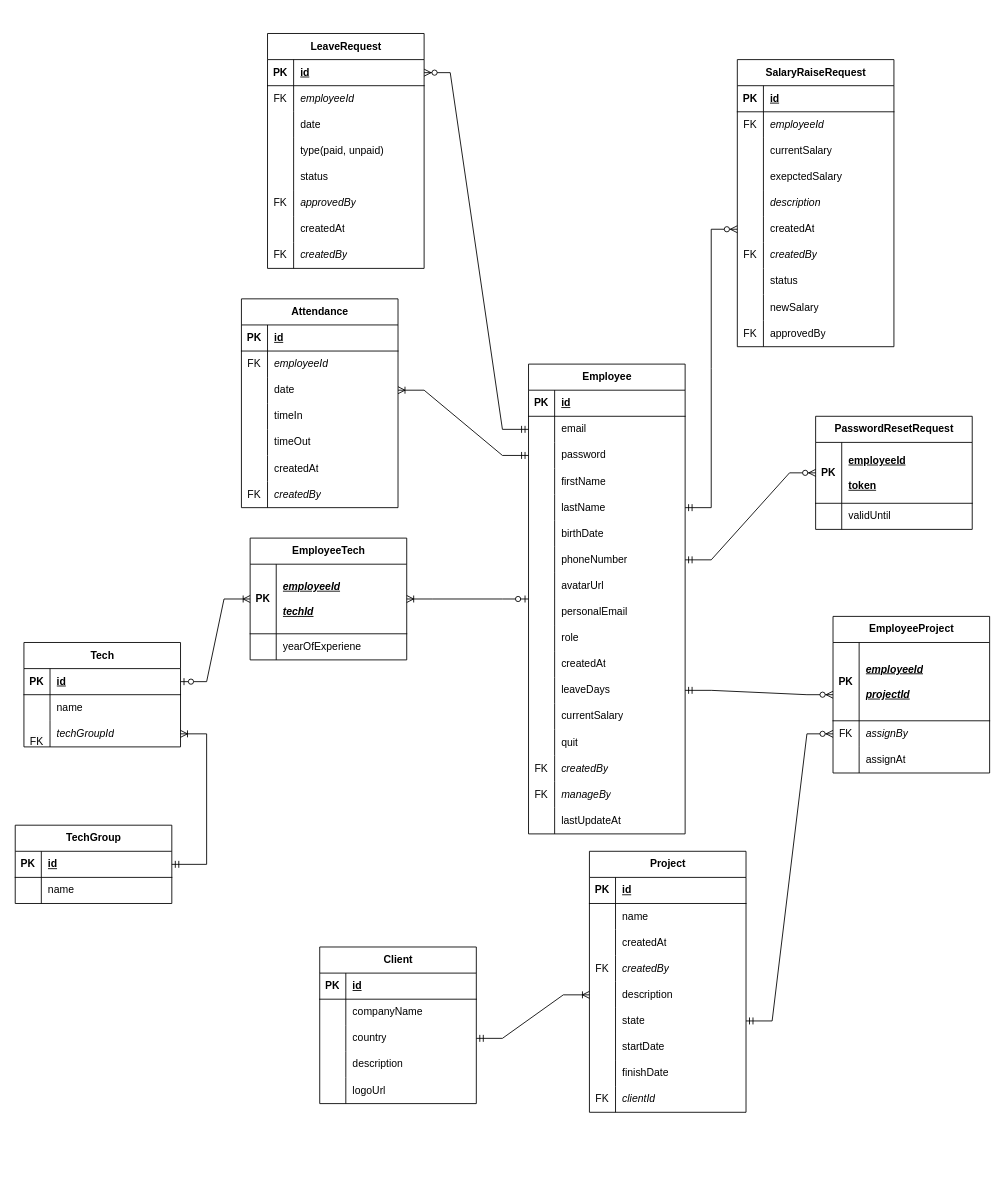
LeQuiLong7/VMO_HumanManagementProject keeps this draw.io diagram as EntityRelationshipDiagram.drawio. Above is the earlier version. Source tidied: cells renumbered, new cells numbered last; positions are measured from the earlier drawing's top-left corner, leaving out a move shared by most shapes. Both pictures are drawn from the tidied source at 87%, with x=0, y=0 at pixel (-238, 33).
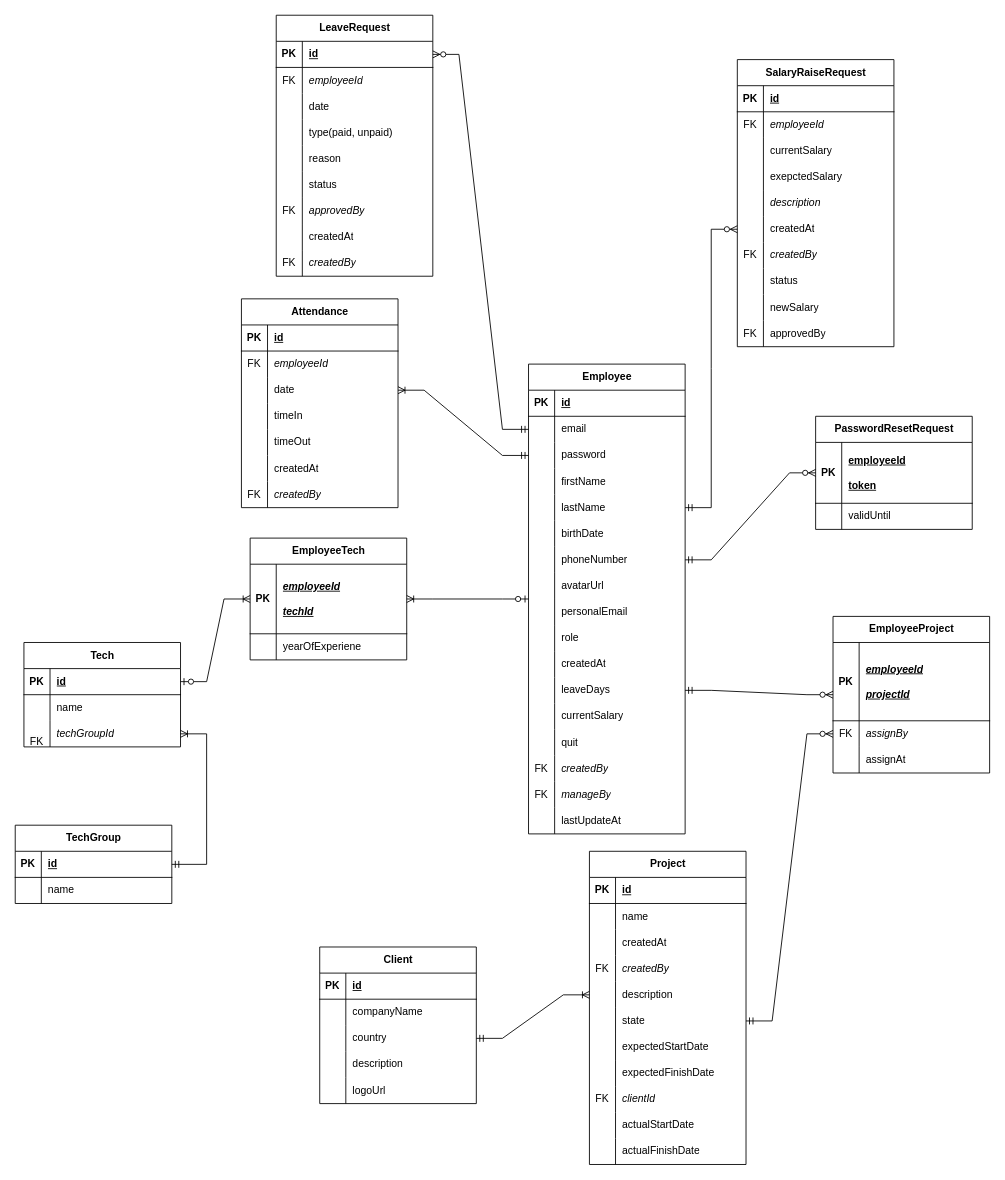
After the change.

Unchanged cells that the change refers to:
```xml
<mxCell id="38" style="shape=tableRow;horizontal=0;startSize=0;swimlaneHead=0;swimlaneBody=0;fillColor=none;top=0;left=0;right=0;bottom=0;" parent="19" vertex="1">
  <mxGeometry y="210" width="180" height="30" as="geometry" />
</mxCell>
<mxCell id="41" style="shape=tableRow;horizontal=0;startSize=0;swimlaneHead=0;swimlaneBody=0;fillColor=none;top=0;left=0;right=0;bottom=0;" parent="19" vertex="1">
  <mxGeometry y="240" width="180" height="30" as="geometry" />
</mxCell>
```

Diff of the diagram source:
```diff
@@
     <mxCell id="19" value="Project" style="shape=table;startSize=30;childLayout=tableLayout;rowLines=0;fontStyle=1;align=center;html=1;" parent="1" vertex="1">
-      <mxGeometry x="950" y="940" width="180" height="300" as="geometry" />
+      <mxGeometry x="950" y="940" width="180" height="360" as="geometry" />
     </mxCell>
@@
-    <mxCell id="40" value="startDate" style="shape=partialRectangle;fillColor=none;top=0;left=0;bottom=0;right=0;align=left;spacingLeft=6;overflow=hidden;whiteSpace=wrap;html=1;" parent="38" vertex="1">
+    <mxCell id="40" value="expectedStartDate" style="shape=partialRectangle;fillColor=none;top=0;left=0;bottom=0;right=0;align=left;spacingLeft=6;overflow=hidden;whiteSpace=wrap;html=1;" parent="38" vertex="1">
       <mxGeometry x="30" width="150" height="30" as="geometry" />
     </mxCell>
@@
-    <mxCell id="43" value="finishDate" style="shape=partialRectangle;fillColor=none;top=0;left=0;bottom=0;right=0;align=left;spacingLeft=6;overflow=hidden;whiteSpace=wrap;html=1;" parent="41" vertex="1">
+    <mxCell id="43" value="expectedFinishDate" style="shape=partialRectangle;fillColor=none;top=0;left=0;bottom=0;right=0;align=left;spacingLeft=6;overflow=hidden;whiteSpace=wrap;html=1;" parent="41" vertex="1">
       <mxGeometry x="30" width="150" height="30" as="geometry" />
     </mxCell>
@@
+    <mxCell id="227" style="shape=tableRow;horizontal=0;startSize=0;swimlaneHead=0;swimlaneBody=0;fillColor=none;top=0;left=0;right=0;bottom=0;" parent="19" vertex="1">
+      <mxGeometry y="300" width="180" height="30" as="geometry" />
+    </mxCell>
+    <mxCell id="228" style="shape=partialRectangle;fillColor=none;top=0;left=0;bottom=0;right=0;overflow=hidden;whiteSpace=wrap;html=1;" parent="227" vertex="1">
+      <mxGeometry width="30" height="30" as="geometry" />
+    </mxCell>
+    <mxCell id="229" value="actualStartDate" style="shape=partialRectangle;fillColor=none;top=0;left=0;bottom=0;right=0;align=left;spacingLeft=6;overflow=hidden;whiteSpace=wrap;html=1;" parent="227" vertex="1">
+      <mxGeometry x="30" width="150" height="30" as="geometry" />
+    </mxCell>
+    <mxCell id="230" style="shape=tableRow;horizontal=0;startSize=0;swimlaneHead=0;swimlaneBody=0;fillColor=none;top=0;left=0;right=0;bottom=0;" parent="19" vertex="1">
+      <mxGeometry y="330" width="180" height="30" as="geometry" />
+    </mxCell>
+    <mxCell id="231" style="shape=partialRectangle;fillColor=none;top=0;left=0;bottom=0;right=0;overflow=hidden;whiteSpace=wrap;html=1;" parent="230" vertex="1">
+      <mxGeometry width="30" height="30" as="geometry" />
+    </mxCell>
+    <mxCell id="232" value="actualFinishDate" style="shape=partialRectangle;fillColor=none;top=0;left=0;bottom=0;right=0;align=left;spacingLeft=6;overflow=hidden;whiteSpace=wrap;html=1;" parent="230" vertex="1">
+      <mxGeometry x="30" width="150" height="30" as="geometry" />
+    </mxCell>
@@
     <mxCell id="154" value="LeaveRequest" style="shape=table;startSize=30;childLayout=tableLayout;rowLines=0;fontStyle=1;align=center;html=1;" parent="1" vertex="1">
-      <mxGeometry x="580" width="180" height="270" as="geometry" />
+      <mxGeometry x="590" y="-21" width="180" height="300" as="geometry" />
     </mxCell>
@@
+    <mxCell id="176" style="shape=tableRow;horizontal=0;startSize=0;swimlaneHead=0;swimlaneBody=0;fillColor=none;top=0;left=0;right=0;bottom=0;" parent="154" vertex="1">
+      <mxGeometry y="150" width="180" height="30" as="geometry" />
+    </mxCell>
+    <mxCell id="177" style="shape=partialRectangle;fillColor=none;top=0;left=0;bottom=0;right=0;overflow=hidden;whiteSpace=wrap;html=1;" parent="176" vertex="1">
+      <mxGeometry width="30" height="30" as="geometry" />
+    </mxCell>
+    <mxCell id="178" value="reason" style="shape=partialRectangle;fillColor=none;top=0;left=0;bottom=0;right=0;align=left;spacingLeft=6;overflow=hidden;whiteSpace=wrap;html=1;" parent="176" vertex="1">
+      <mxGeometry x="30" width="150" height="30" as="geometry" />
+    </mxCell>
     <mxCell id="167" style="shape=tableRow;horizontal=0;startSize=0;swimlaneHead=0;swimlaneBody=0;fillColor=none;top=0;left=0;right=0;bottom=0;" parent="154" vertex="1">
-      <mxGeometry y="150" width="180" height="30" as="geometry" />
+      <mxGeometry y="180" width="180" height="30" as="geometry" />
     </mxCell>
@@
     <mxCell id="170" style="shape=tableRow;horizontal=0;startSize=0;swimlaneHead=0;swimlaneBody=0;fillColor=none;top=0;left=0;right=0;bottom=0;" parent="154" vertex="1">
-      <mxGeometry y="180" width="180" height="30" as="geometry" />
+      <mxGeometry y="210" width="180" height="30" as="geometry" />
     </mxCell>
@@
     <mxCell id="173" style="shape=tableRow;horizontal=0;startSize=0;swimlaneHead=0;swimlaneBody=0;fillColor=none;top=0;left=0;right=0;bottom=0;" parent="154" vertex="1">
-      <mxGeometry y="210" width="180" height="30" as="geometry" />
+      <mxGeometry y="240" width="180" height="30" as="geometry" />
     </mxCell>
@@
-    <mxCell id="176" style="shape=tableRow;horizontal=0;startSize=0;swimlaneHead=0;swimlaneBody=0;fillColor=none;top=0;left=0;right=0;bottom=0;" parent="154" vertex="1">
-      <mxGeometry y="240" width="180" height="30" as="geometry" />
-    </mxCell>
-    <mxCell id="177" value="FK" style="shape=partialRectangle;fillColor=none;top=0;left=0;bottom=0;right=0;overflow=hidden;whiteSpace=wrap;html=1;" parent="176" vertex="1">
-      <mxGeometry width="30" height="30" as="geometry" />
-    </mxCell>
-    <mxCell id="178" value="&lt;i&gt;createdBy&lt;/i&gt;" style="shape=partialRectangle;fillColor=none;top=0;left=0;bottom=0;right=0;align=left;spacingLeft=6;overflow=hidden;whiteSpace=wrap;html=1;" parent="176" vertex="1">
-      <mxGeometry x="30" width="150" height="30" as="geometry" />
-    </mxCell>
+    <mxCell id="233" style="shape=tableRow;horizontal=0;startSize=0;swimlaneHead=0;swimlaneBody=0;fillColor=none;top=0;left=0;right=0;bottom=0;" parent="154" vertex="1">
+      <mxGeometry y="270" width="180" height="30" as="geometry" />
+    </mxCell>
+    <mxCell id="234" value="FK" style="shape=partialRectangle;fillColor=none;top=0;left=0;bottom=0;right=0;overflow=hidden;whiteSpace=wrap;html=1;" parent="233" vertex="1">
+      <mxGeometry width="30" height="30" as="geometry" />
+    </mxCell>
+    <mxCell id="235" value="&lt;i&gt;createdBy&lt;/i&gt;" style="shape=partialRectangle;fillColor=none;top=0;left=0;bottom=0;right=0;align=left;spacingLeft=6;overflow=hidden;whiteSpace=wrap;html=1;" parent="233" vertex="1">
+      <mxGeometry x="30" width="150" height="30" as="geometry" />
+    </mxCell>
```
